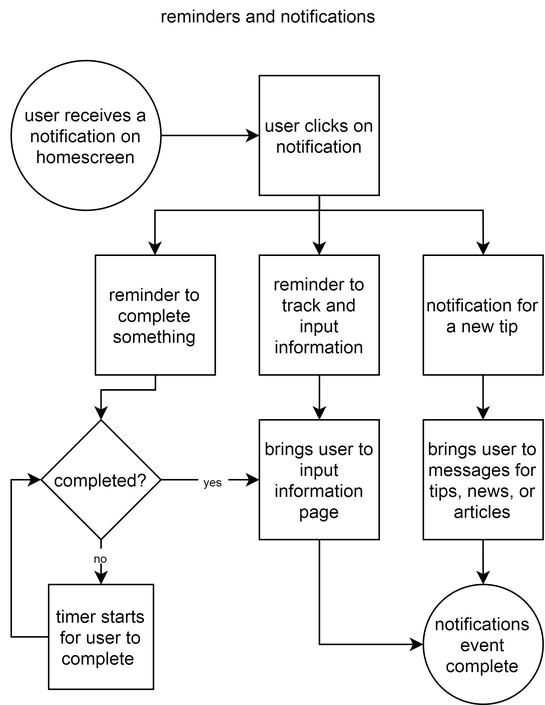
jesykaness/jesykaness.github.io keeps this draw.io diagram as images/yir/userflow_notifications.png. Above is the earlier version. Source tidied: cells renumbered, new cells last; positions are measured from the earlier drawing's top-left corner, leaving out a move shared by most shapes. The source it was exported from:
```xml
<mxGraphModel>
  <root>
    <mxCell id="0" />
    <mxCell id="1" parent="0" />
    <mxCell id="2" value="reminders and notifications" style="text;html=1;strokeColor=none;fillColor=none;align=center;verticalAlign=middle;whiteSpace=wrap;rounded=0;" parent="1" vertex="1">
      <mxGeometry x="35" width="274" height="20" as="geometry" />
    </mxCell>
    <mxCell id="3" style="edgeStyle=orthogonalEdgeStyle;rounded=0;jettySize=auto;html=1;entryX=0;entryY=0.5;entryDx=0;entryDy=0;" parent="1" edge="1" source="4" target="8">
      <mxGeometry relative="1" as="geometry" />
    </mxCell>
    <mxCell id="4" value="user receives a notification on homescreen" style="ellipse;whiteSpace=wrap;html=1;" parent="1" vertex="1">
      <mxGeometry y="40" width="100" height="100" as="geometry" />
    </mxCell>
    <mxCell id="5" style="edgeStyle=orthogonalEdgeStyle;rounded=0;jettySize=auto;html=1;" parent="1" edge="1" source="8" target="10">
      <mxGeometry relative="1" as="geometry">
        <Array as="points">
          <mxPoint x="206" y="140" />
          <mxPoint x="96" y="140" />
        </Array>
      </mxGeometry>
    </mxCell>
    <mxCell id="6" style="edgeStyle=orthogonalEdgeStyle;rounded=0;jettySize=auto;html=1;" parent="1" edge="1" source="8" target="12">
      <mxGeometry relative="1" as="geometry" />
    </mxCell>
    <mxCell id="7" style="edgeStyle=orthogonalEdgeStyle;rounded=0;jettySize=auto;html=1;entryX=0.5;entryY=0;entryDx=0;entryDy=0;" parent="1" edge="1" source="8" target="14">
      <mxGeometry relative="1" as="geometry">
        <Array as="points">
          <mxPoint x="206" y="140" />
          <mxPoint x="315" y="140" />
        </Array>
      </mxGeometry>
    </mxCell>
    <mxCell id="8" value="user clicks on notification" style="whiteSpace=wrap;html=1;" parent="1" vertex="1">
      <mxGeometry x="165.8" y="50" width="80" height="80" as="geometry" />
    </mxCell>
    <mxCell id="9" style="edgeStyle=orthogonalEdgeStyle;rounded=0;jettySize=auto;html=1;entryX=0.5;entryY=0;entryDx=0;entryDy=0;" parent="1" edge="1" source="10" target="17">
      <mxGeometry relative="1" as="geometry">
        <Array as="points">
          <mxPoint x="96" y="260" />
          <mxPoint x="60" y="260" />
        </Array>
      </mxGeometry>
    </mxCell>
    <mxCell id="10" value="reminder to complete something" style="whiteSpace=wrap;html=1;" parent="1" vertex="1">
      <mxGeometry x="56.2" y="170" width="80" height="80" as="geometry" />
    </mxCell>
    <mxCell id="11" style="edgeStyle=orthogonalEdgeStyle;rounded=0;jettySize=auto;html=1;" parent="1" edge="1" source="12" target="19">
      <mxGeometry relative="1" as="geometry" />
    </mxCell>
    <mxCell id="12" value="reminder to track and input information" style="whiteSpace=wrap;html=1;" parent="1" vertex="1">
      <mxGeometry x="165.8" y="170" width="80" height="80" as="geometry" />
    </mxCell>
    <mxCell id="13" style="edgeStyle=orthogonalEdgeStyle;rounded=0;jettySize=auto;html=1;" parent="1" edge="1" source="14" target="21">
      <mxGeometry relative="1" as="geometry" />
    </mxCell>
    <mxCell id="14" value="notification for a new tip" style="whiteSpace=wrap;html=1;" parent="1" vertex="1">
      <mxGeometry x="275.2" y="170" width="80" height="80" as="geometry" />
    </mxCell>
    <mxCell id="15" style="edgeStyle=orthogonalEdgeStyle;rounded=0;jettySize=auto;html=1;entryX=0;entryY=0.5;entryDx=0;entryDy=0;" parent="1" edge="1" source="17" target="19">
      <mxGeometry relative="1" as="geometry" />
    </mxCell>
    <mxCell id="16" style="edgeStyle=orthogonalEdgeStyle;rounded=0;jettySize=auto;html=1;" parent="1" edge="1" source="17" target="23">
      <mxGeometry relative="1" as="geometry" />
    </mxCell>
    <mxCell id="17" value="completed?" style="rhombus;whiteSpace=wrap;html=1;" parent="1" vertex="1">
      <mxGeometry x="20" y="280" width="80" height="80" as="geometry" />
    </mxCell>
    <mxCell id="18" style="edgeStyle=orthogonalEdgeStyle;rounded=0;jettySize=auto;html=1;entryX=0;entryY=0.5;entryDx=0;entryDy=0;" parent="1" edge="1" source="19" target="24">
      <mxGeometry relative="1" as="geometry">
        <Array as="points">
          <mxPoint x="206" y="430" />
        </Array>
      </mxGeometry>
    </mxCell>
    <mxCell id="19" value="brings user to input information page" style="whiteSpace=wrap;html=1;" parent="1" vertex="1">
      <mxGeometry x="165.8" y="280" width="80" height="80" as="geometry" />
    </mxCell>
    <mxCell id="20" style="edgeStyle=orthogonalEdgeStyle;rounded=0;jettySize=auto;html=1;" parent="1" edge="1" source="21" target="24">
      <mxGeometry relative="1" as="geometry" />
    </mxCell>
    <mxCell id="21" value="brings user to messages for tips, news, or articles" style="whiteSpace=wrap;html=1;" parent="1" vertex="1">
      <mxGeometry x="275.2" y="280" width="80" height="80" as="geometry" />
    </mxCell>
    <mxCell id="22" style="edgeStyle=orthogonalEdgeStyle;rounded=0;jettySize=auto;html=1;entryX=0;entryY=0.5;entryDx=0;entryDy=0;" parent="1" edge="1" source="23" target="17">
      <mxGeometry relative="1" as="geometry">
        <Array as="points">
          <mxPoint x="60" y="425" />
          <mxPoint y="425" />
          <mxPoint y="320" />
        </Array>
      </mxGeometry>
    </mxCell>
    <mxCell id="23" value="timer starts for user to complete&amp;nbsp;" style="whiteSpace=wrap;html=1;" parent="1" vertex="1">
      <mxGeometry x="25" y="390" width="70" height="70" as="geometry" />
    </mxCell>
    <mxCell id="24" value="notifications event complete" style="ellipse;whiteSpace=wrap;html=1;" parent="1" vertex="1">
      <mxGeometry x="275.2" y="390" width="80" height="80" as="geometry" />
    </mxCell>
    <mxCell id="25" value="&lt;font style=&quot;font-size: 8px&quot;&gt;yes&lt;/font&gt;" style="text;html=1;strokeColor=none;fillColor=#FFFFFF;align=center;verticalAlign=middle;whiteSpace=wrap;rounded=0;" parent="1" vertex="1">
      <mxGeometry x="125" y="310" width="20" height="20" as="geometry" />
    </mxCell>
    <mxCell id="26" value="&lt;font style=&quot;font-size: 8px&quot;&gt;no&lt;/font&gt;" style="text;html=1;strokeColor=none;fillColor=#FFFFFF;align=center;verticalAlign=middle;whiteSpace=wrap;rounded=0;" parent="1" vertex="1">
      <mxGeometry x="50.2" y="366" width="20" height="10" as="geometry" />
    </mxCell>
  </root>
</mxGraphModel>
```
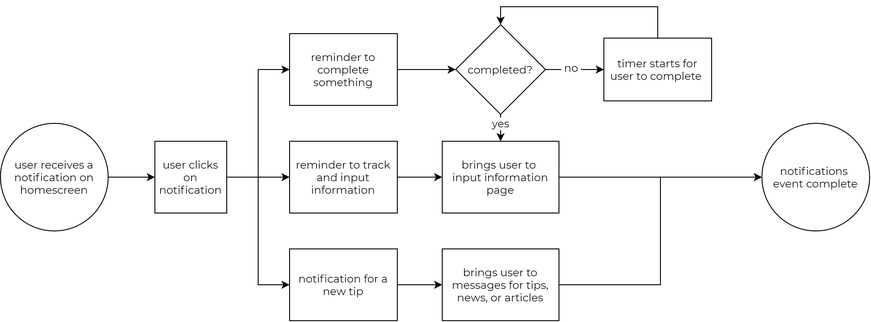
Above is the later version.

Change to the diagram source:
```diff
@@ -2,105 +2,82 @@
   <root>
     <mxCell id="0" />
     <mxCell id="1" parent="0" />
-    <mxCell id="2" value="reminders and notifications" style="text;html=1;strokeColor=none;fillColor=none;align=center;verticalAlign=middle;whiteSpace=wrap;rounded=0;" parent="1" vertex="1">
-      <mxGeometry x="35" width="274" height="20" as="geometry" />
+    <mxCell id="2" style="edgeStyle=orthogonalEdgeStyle;rounded=0;jettySize=auto;html=1;entryX=0;entryY=0.5;entryDx=0;entryDy=0;labelBackgroundColor=none;fontFamily=Montserrat;" parent="1" edge="1" source="3" target="7">
+      <mxGeometry relative="1" as="geometry" />
     </mxCell>
-    <mxCell id="3" style="edgeStyle=orthogonalEdgeStyle;rounded=0;jettySize=auto;html=1;entryX=0;entryY=0.5;entryDx=0;entryDy=0;" parent="1" edge="1" source="4" target="8">
-      <mxGeometry relative="1" as="geometry" />
+    <mxCell id="3" value="user receives a notification on homescreen" style="ellipse;whiteSpace=wrap;html=1;fillColor=none;fontFamily=Montserrat;" parent="1" vertex="1">
+      <mxGeometry x="-3" y="-550" width="120" height="120" as="geometry" />
     </mxCell>
-    <mxCell id="4" value="user receives a notification on homescreen" style="ellipse;whiteSpace=wrap;html=1;" parent="1" vertex="1">
-      <mxGeometry y="40" width="100" height="100" as="geometry" />
+    <mxCell id="4" style="edgeStyle=orthogonalEdgeStyle;rounded=0;jettySize=auto;html=1;entryX=0;entryY=0.5;entryDx=0;entryDy=0;labelBackgroundColor=none;fontFamily=Montserrat;" parent="1" edge="1" source="7" target="9">
+      <mxGeometry relative="1" as="geometry" />
     </mxCell>
-    <mxCell id="5" style="edgeStyle=orthogonalEdgeStyle;rounded=0;jettySize=auto;html=1;" parent="1" edge="1" source="8" target="10">
-      <mxGeometry relative="1" as="geometry">
-        <Array as="points">
-          <mxPoint x="206" y="140" />
-          <mxPoint x="96" y="140" />
-        </Array>
-      </mxGeometry>
+    <mxCell id="5" style="edgeStyle=orthogonalEdgeStyle;rounded=0;jettySize=auto;html=1;entryX=0;entryY=0.5;entryDx=0;entryDy=0;labelBackgroundColor=none;fontFamily=Montserrat;" parent="1" edge="1" source="7" target="11">
+      <mxGeometry relative="1" as="geometry" />
     </mxCell>
-    <mxCell id="6" style="edgeStyle=orthogonalEdgeStyle;rounded=0;jettySize=auto;html=1;" parent="1" edge="1" source="8" target="12">
+    <mxCell id="6" style="edgeStyle=orthogonalEdgeStyle;rounded=0;jettySize=auto;html=1;entryX=0;entryY=0.5;entryDx=0;entryDy=0;labelBackgroundColor=none;fontFamily=Montserrat;" parent="1" edge="1" source="7" target="13">
       <mxGeometry relative="1" as="geometry" />
     </mxCell>
-    <mxCell id="7" style="edgeStyle=orthogonalEdgeStyle;rounded=0;jettySize=auto;html=1;entryX=0.5;entryY=0;entryDx=0;entryDy=0;" parent="1" edge="1" source="8" target="14">
-      <mxGeometry relative="1" as="geometry">
-        <Array as="points">
-          <mxPoint x="206" y="140" />
-          <mxPoint x="315" y="140" />
-        </Array>
-      </mxGeometry>
+    <mxCell id="7" value="user clicks on notification" style="whiteSpace=wrap;html=1;fillColor=none;fontFamily=Montserrat;" parent="1" vertex="1">
+      <mxGeometry x="169" y="-530" width="80" height="80" as="geometry" />
     </mxCell>
-    <mxCell id="8" value="user clicks on notification" style="whiteSpace=wrap;html=1;" parent="1" vertex="1">
-      <mxGeometry x="165.8" y="50" width="80" height="80" as="geometry" />
+    <mxCell id="8" style="edgeStyle=orthogonalEdgeStyle;rounded=0;jettySize=auto;html=1;entryX=0;entryY=0.5;entryDx=0;entryDy=0;labelBackgroundColor=none;fontFamily=Montserrat;" parent="1" edge="1" source="9" target="16">
+      <mxGeometry relative="1" as="geometry" />
     </mxCell>
-    <mxCell id="9" style="edgeStyle=orthogonalEdgeStyle;rounded=0;jettySize=auto;html=1;entryX=0.5;entryY=0;entryDx=0;entryDy=0;" parent="1" edge="1" source="10" target="17">
-      <mxGeometry relative="1" as="geometry">
-        <Array as="points">
-          <mxPoint x="96" y="260" />
-          <mxPoint x="60" y="260" />
-        </Array>
-      </mxGeometry>
+    <mxCell id="9" value="reminder to complete something" style="whiteSpace=wrap;html=1;fillColor=none;fontFamily=Montserrat;" parent="1" vertex="1">
+      <mxGeometry x="319" y="-650" width="120" height="80" as="geometry" />
     </mxCell>
-    <mxCell id="10" value="reminder to complete something" style="whiteSpace=wrap;html=1;" parent="1" vertex="1">
-      <mxGeometry x="56.2" y="170" width="80" height="80" as="geometry" />
+    <mxCell id="10" style="edgeStyle=orthogonalEdgeStyle;rounded=0;jettySize=auto;html=1;entryX=0;entryY=0.5;entryDx=0;entryDy=0;labelBackgroundColor=none;fontFamily=Montserrat;" parent="1" edge="1" source="11" target="18">
+      <mxGeometry relative="1" as="geometry" />
     </mxCell>
-    <mxCell id="11" style="edgeStyle=orthogonalEdgeStyle;rounded=0;jettySize=auto;html=1;" parent="1" edge="1" source="12" target="19">
-      <mxGeometry relative="1" as="geometry" />
+    <mxCell id="11" value="reminder to track and input information" style="whiteSpace=wrap;html=1;fillColor=none;fontFamily=Montserrat;" parent="1" vertex="1">
+      <mxGeometry x="319" y="-530" width="120" height="80" as="geometry" />
     </mxCell>
-    <mxCell id="12" value="reminder to track and input information" style="whiteSpace=wrap;html=1;" parent="1" vertex="1">
-      <mxGeometry x="165.8" y="170" width="80" height="80" as="geometry" />
+    <mxCell id="12" style="edgeStyle=orthogonalEdgeStyle;rounded=0;jettySize=auto;html=1;entryX=0;entryY=0.5;entryDx=0;entryDy=0;labelBackgroundColor=none;fontFamily=Montserrat;" parent="1" edge="1" source="13" target="20">
+      <mxGeometry relative="1" as="geometry" />
     </mxCell>
-    <mxCell id="13" style="edgeStyle=orthogonalEdgeStyle;rounded=0;jettySize=auto;html=1;" parent="1" edge="1" source="14" target="21">
-      <mxGeometry relative="1" as="geometry" />
+    <mxCell id="13" value="notification for a new tip" style="whiteSpace=wrap;html=1;fillColor=none;fontFamily=Montserrat;" parent="1" vertex="1">
+      <mxGeometry x="319" y="-410" width="120" height="80" as="geometry" />
     </mxCell>
-    <mxCell id="14" value="notification for a new tip" style="whiteSpace=wrap;html=1;" parent="1" vertex="1">
-      <mxGeometry x="275.2" y="170" width="80" height="80" as="geometry" />
+    <mxCell id="14" style="edgeStyle=orthogonalEdgeStyle;rounded=0;jettySize=auto;html=1;entryX=0;entryY=0.5;entryDx=0;entryDy=0;labelBackgroundColor=none;fontFamily=Montserrat;" parent="1" edge="1" source="16" target="22">
+      <mxGeometry relative="1" as="geometry" />
     </mxCell>
-    <mxCell id="15" style="edgeStyle=orthogonalEdgeStyle;rounded=0;jettySize=auto;html=1;entryX=0;entryY=0.5;entryDx=0;entryDy=0;" parent="1" edge="1" source="17" target="19">
+    <mxCell id="15" style="edgeStyle=orthogonalEdgeStyle;rounded=0;jettySize=auto;html=1;entryX=0.5;entryY=0;entryDx=0;entryDy=0;labelBackgroundColor=none;fontFamily=Montserrat;" parent="1" edge="1" source="16" target="18">
       <mxGeometry relative="1" as="geometry" />
     </mxCell>
-    <mxCell id="16" style="edgeStyle=orthogonalEdgeStyle;rounded=0;jettySize=auto;html=1;" parent="1" edge="1" source="17" target="23">
-      <mxGeometry relative="1" as="geometry" />
+    <mxCell id="16" value="completed?" style="rhombus;whiteSpace=wrap;html=1;fillColor=none;fontFamily=Montserrat;" parent="1" vertex="1">
+      <mxGeometry x="504" y="-660" width="100" height="100" as="geometry" />
     </mxCell>
-    <mxCell id="17" value="completed?" style="rhombus;whiteSpace=wrap;html=1;" parent="1" vertex="1">
-      <mxGeometry x="20" y="280" width="80" height="80" as="geometry" />
+    <mxCell id="17" style="edgeStyle=orthogonalEdgeStyle;rounded=0;jettySize=auto;html=1;entryX=0;entryY=0.5;entryDx=0;entryDy=0;labelBackgroundColor=none;fontFamily=Montserrat;" parent="1" edge="1" source="18" target="23">
+      <mxGeometry relative="1" as="geometry" />
     </mxCell>
-    <mxCell id="18" style="edgeStyle=orthogonalEdgeStyle;rounded=0;jettySize=auto;html=1;entryX=0;entryY=0.5;entryDx=0;entryDy=0;" parent="1" edge="1" source="19" target="24">
-      <mxGeometry relative="1" as="geometry">
-        <Array as="points">
-          <mxPoint x="206" y="430" />
-        </Array>
-      </mxGeometry>
+    <mxCell id="18" value="brings user to &lt;br&gt;input information page" style="whiteSpace=wrap;html=1;fillColor=none;fontFamily=Montserrat;" parent="1" vertex="1">
+      <mxGeometry x="489" y="-530" width="130" height="80" as="geometry" />
     </mxCell>
-    <mxCell id="19" value="brings user to input information page" style="whiteSpace=wrap;html=1;" parent="1" vertex="1">
-      <mxGeometry x="165.8" y="280" width="80" height="80" as="geometry" />
+    <mxCell id="19" style="edgeStyle=orthogonalEdgeStyle;rounded=0;jettySize=auto;html=1;entryX=0;entryY=0.5;entryDx=0;entryDy=0;labelBackgroundColor=none;fontFamily=Montserrat;" parent="1" edge="1" source="20" target="23">
+      <mxGeometry relative="1" as="geometry" />
     </mxCell>
-    <mxCell id="20" style="edgeStyle=orthogonalEdgeStyle;rounded=0;jettySize=auto;html=1;" parent="1" edge="1" source="21" target="24">
-      <mxGeometry relative="1" as="geometry" />
+    <mxCell id="20" value="brings user to messages for tips, news, or articles" style="whiteSpace=wrap;html=1;fillColor=none;fontFamily=Montserrat;" parent="1" vertex="1">
+      <mxGeometry x="489" y="-410" width="130" height="80" as="geometry" />
     </mxCell>
-    <mxCell id="21" value="brings user to messages for tips, news, or articles" style="whiteSpace=wrap;html=1;" parent="1" vertex="1">
-      <mxGeometry x="275.2" y="280" width="80" height="80" as="geometry" />
+    <mxCell id="21" style="edgeStyle=orthogonalEdgeStyle;rounded=0;jettySize=auto;html=1;entryX=0.5;entryY=0;entryDx=0;entryDy=0;labelBackgroundColor=none;fontFamily=Montserrat;" parent="1" edge="1" source="22" target="16">
+      <mxGeometry relative="1" as="geometry">
+        <Array as="points">
+          <mxPoint x="729" y="-680" />
+          <mxPoint x="554" y="-680" />
+        </Array>
+      </mxGeometry>
     </mxCell>
-    <mxCell id="22" style="edgeStyle=orthogonalEdgeStyle;rounded=0;jettySize=auto;html=1;entryX=0;entryY=0.5;entryDx=0;entryDy=0;" parent="1" edge="1" source="23" target="17">
-      <mxGeometry relative="1" as="geometry">
-        <Array as="points">
-          <mxPoint x="60" y="425" />
-          <mxPoint y="425" />
-          <mxPoint y="320" />
-        </Array>
-      </mxGeometry>
+    <mxCell id="22" value="timer starts for user to complete&amp;nbsp;" style="whiteSpace=wrap;html=1;fillColor=none;fontFamily=Montserrat;" parent="1" vertex="1">
+      <mxGeometry x="669" y="-645" width="120" height="70" as="geometry" />
     </mxCell>
-    <mxCell id="23" value="timer starts for user to complete&amp;nbsp;" style="whiteSpace=wrap;html=1;" parent="1" vertex="1">
-      <mxGeometry x="25" y="390" width="70" height="70" as="geometry" />
+    <mxCell id="23" value="notifications &lt;br&gt;event complete" style="ellipse;whiteSpace=wrap;html=1;fillColor=none;fontFamily=Montserrat;" parent="1" vertex="1">
+      <mxGeometry x="845" y="-550" width="120" height="120" as="geometry" />
     </mxCell>
-    <mxCell id="24" value="notifications event complete" style="ellipse;whiteSpace=wrap;html=1;" parent="1" vertex="1">
-      <mxGeometry x="275.2" y="390" width="80" height="80" as="geometry" />
+    <mxCell id="24" value="&lt;span&gt;&amp;nbsp;yes&amp;nbsp;&lt;/span&gt;" style="text;html=1;strokeColor=none;fillColor=none;align=center;verticalAlign=middle;whiteSpace=wrap;rounded=0;labelBackgroundColor=#ffffff;fontFamily=Montserrat;" parent="1" vertex="1">
+      <mxGeometry x="537.5" y="-560" width="33" height="20" as="geometry" />
     </mxCell>
-    <mxCell id="25" value="&lt;font style=&quot;font-size: 8px&quot;&gt;yes&lt;/font&gt;" style="text;html=1;strokeColor=none;fillColor=#FFFFFF;align=center;verticalAlign=middle;whiteSpace=wrap;rounded=0;" parent="1" vertex="1">
-      <mxGeometry x="125" y="310" width="20" height="20" as="geometry" />
+    <mxCell id="25" value="&amp;nbsp;no&amp;nbsp;" style="text;html=1;strokeColor=none;fillColor=none;align=center;verticalAlign=middle;whiteSpace=wrap;rounded=0;fontFamily=Montserrat;labelBackgroundColor=#ffffff;" parent="1" vertex="1">
+      <mxGeometry x="613" y="-622" width="40" height="20" as="geometry" />
     </mxCell>
-    <mxCell id="26" value="&lt;font style=&quot;font-size: 8px&quot;&gt;no&lt;/font&gt;" style="text;html=1;strokeColor=none;fillColor=#FFFFFF;align=center;verticalAlign=middle;whiteSpace=wrap;rounded=0;" parent="1" vertex="1">
-      <mxGeometry x="50.2" y="366" width="20" height="10" as="geometry" />
-    </mxCell>
   </root>
 </mxGraphModel>
```
